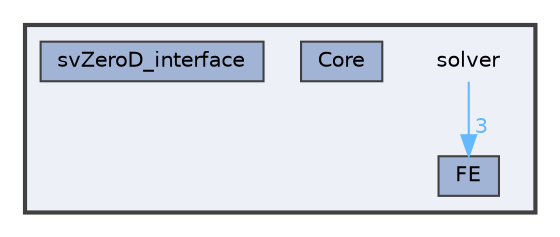
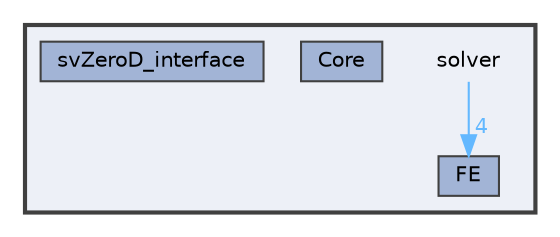
digraph "solver"
{
 // LATEX_PDF_SIZE
  bgcolor="transparent";
  edge [fontname=Helvetica,fontsize=10,labelfontname=Helvetica,labelfontsize=10];
  node [fontname=Helvetica,fontsize=10,shape=box,height=0.2,width=0.4];
  compound=true
  subgraph clusterdir_efbd6dac86ba3db355ec311a66674d80 {
    graph [ bgcolor="#edf0f7", pencolor="grey25", label="", fontname=Helvetica,fontsize=10 style="filled,bold", URL="dir_efbd6dac86ba3db355ec311a66674d80.html",tooltip=""]
    dir_efbd6dac86ba3db355ec311a66674d80 [shape=plaintext, label="solver"];
  dir_f9f47ebc898640bd1221b4284220c2cd [label="Core", fillcolor="#a2b4d6", color="grey25", style="filled", URL="dir_f9f47ebc898640bd1221b4284220c2cd.html",tooltip=""];
  dir_edb35bb30936176f05c4bb64c6d7790d [label="FE", fillcolor="#a2b4d6", color="grey25", style="filled", URL="dir_edb35bb30936176f05c4bb64c6d7790d.html",tooltip=""];
  dir_c12edd3389dbd555225deb48185c0c12 [label="svZeroD_interface", fillcolor="#a2b4d6", color="grey25", style="filled", URL="dir_c12edd3389dbd555225deb48185c0c12.html",tooltip=""];
  }
-   dir_efbd6dac86ba3db355ec311a66674d80->dir_edb35bb30936176f05c4bb64c6d7790d [headlabel="3", labeldistance=1.5 headhref="dir_000006_000003.html" href="dir_000006_000003.html" color="steelblue1" fontcolor="steelblue1"];
+   dir_efbd6dac86ba3db355ec311a66674d80->dir_edb35bb30936176f05c4bb64c6d7790d [headlabel="4", labeldistance=1.5 headhref="dir_000006_000003.html" href="dir_000006_000003.html" color="steelblue1" fontcolor="steelblue1"];
}
